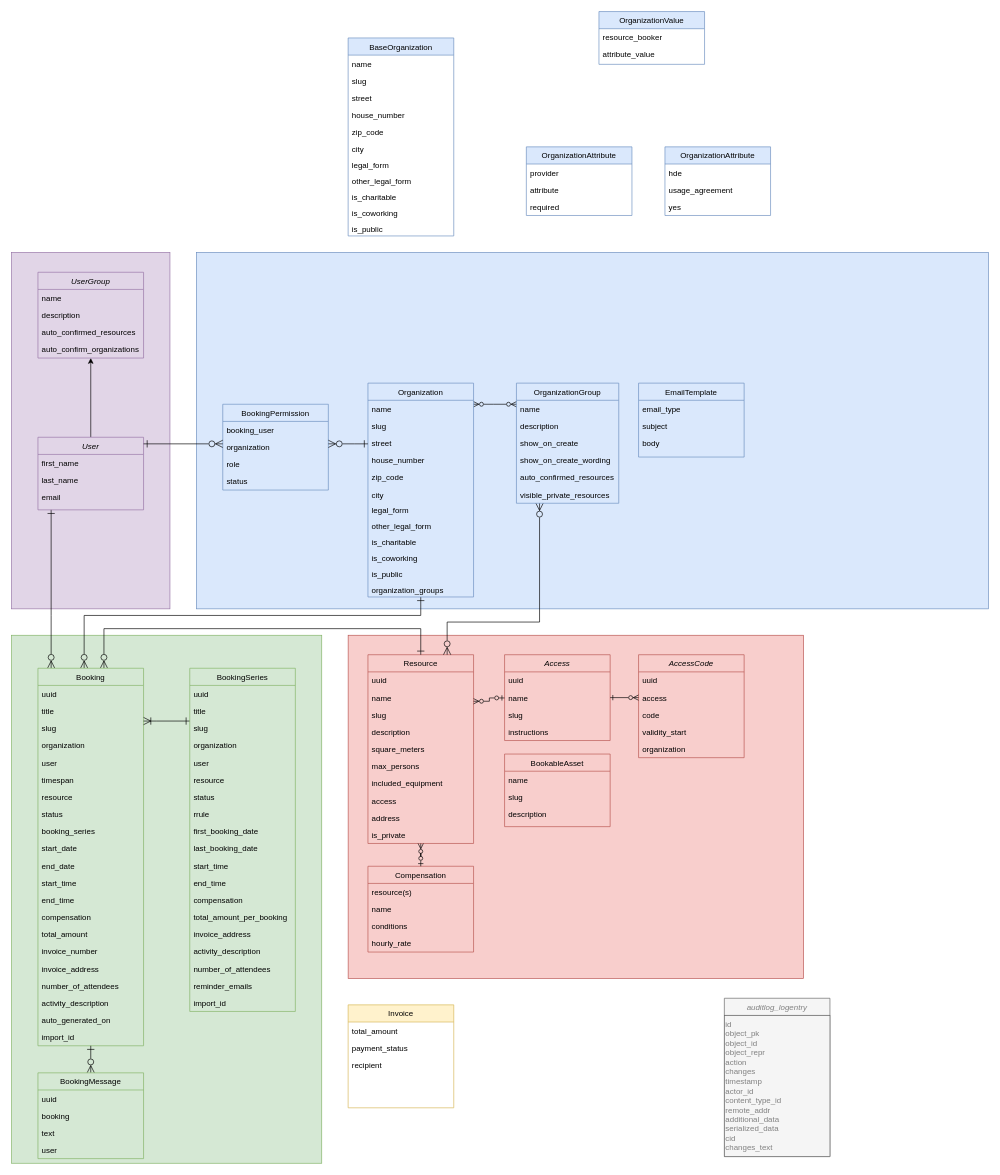
Haus-des-Engagements/re-sharing keeps this draw.io diagram as docs/modelling/erd-v1.4.2_update.drawio. Above is the earlier version. Source tidied: cells renumbered, new cells numbered last; positions are measured from the earlier drawing's top-left corner, leaving out a move shared by most shapes. Both pictures are drawn from the tidied source at 66%, with x=0, y=0 at pixel (11, 11).
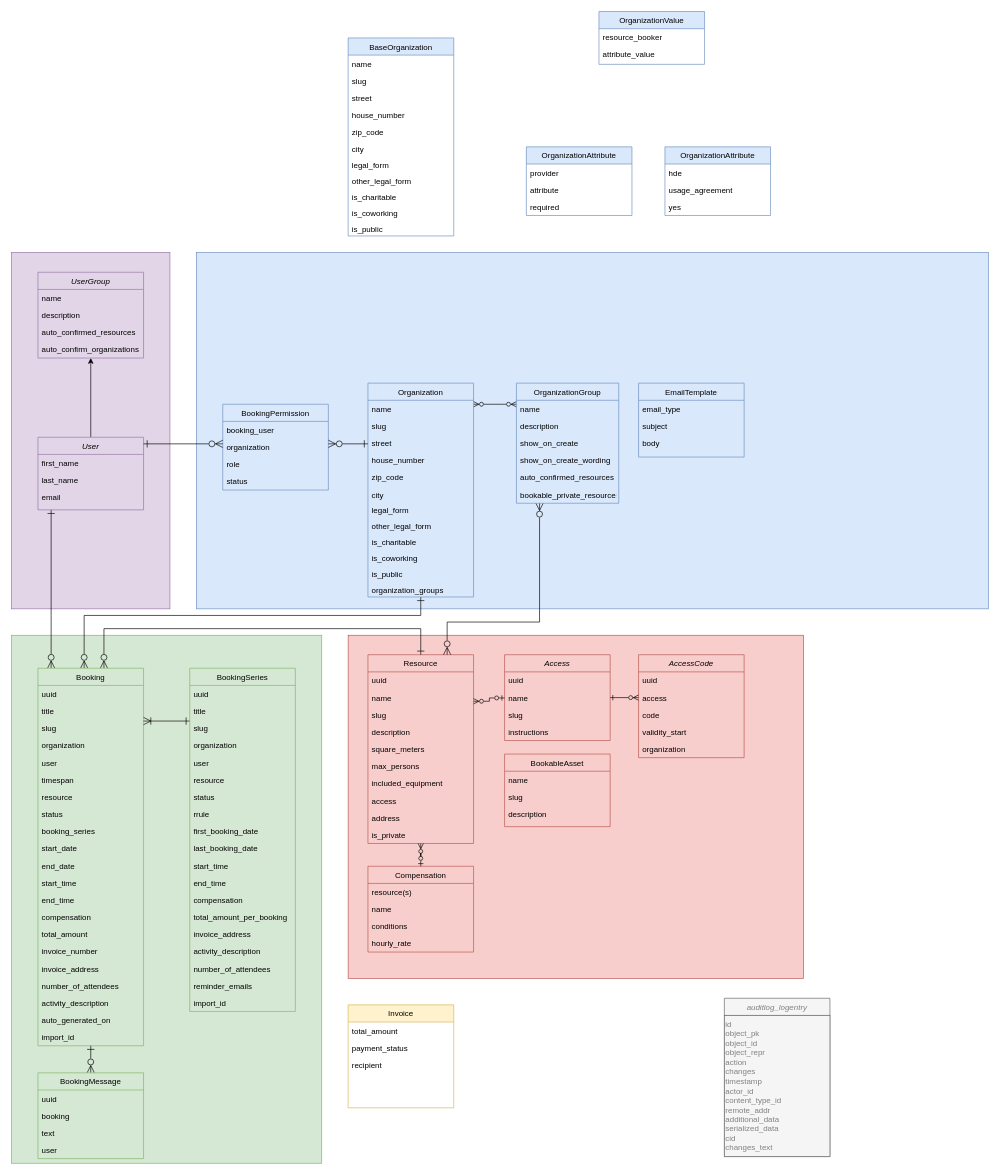
The same page after the edit.

The change refers to these unchanged cells:
```xml
<mxCell id="152" value="OrganizationGroup" style="swimlane;fontStyle=0;align=center;verticalAlign=top;horizontal=1;startSize=26;rounded=0;shadow=0;strokeWidth=1;fillColor=#dae8fc;strokeColor=#6c8ebf;" parent="1" vertex="1">
  <mxGeometry x="765" y="563" width="155" height="182" as="geometry" />
</mxCell>
```

What changed in the source:
```diff
@@
-    <mxCell id="158" value="visible_private_resources" style="text;align=left;verticalAlign=top;spacingLeft=4;spacingRight=4;overflow=hidden;" parent="152" vertex="1">
+    <mxCell id="158" value="bookable_private_resources" style="text;align=left;verticalAlign=top;spacingLeft=4;spacingRight=4;overflow=hidden;" parent="152" vertex="1">
       <mxGeometry y="156" width="155" height="26" as="geometry" />
     </mxCell>
```
